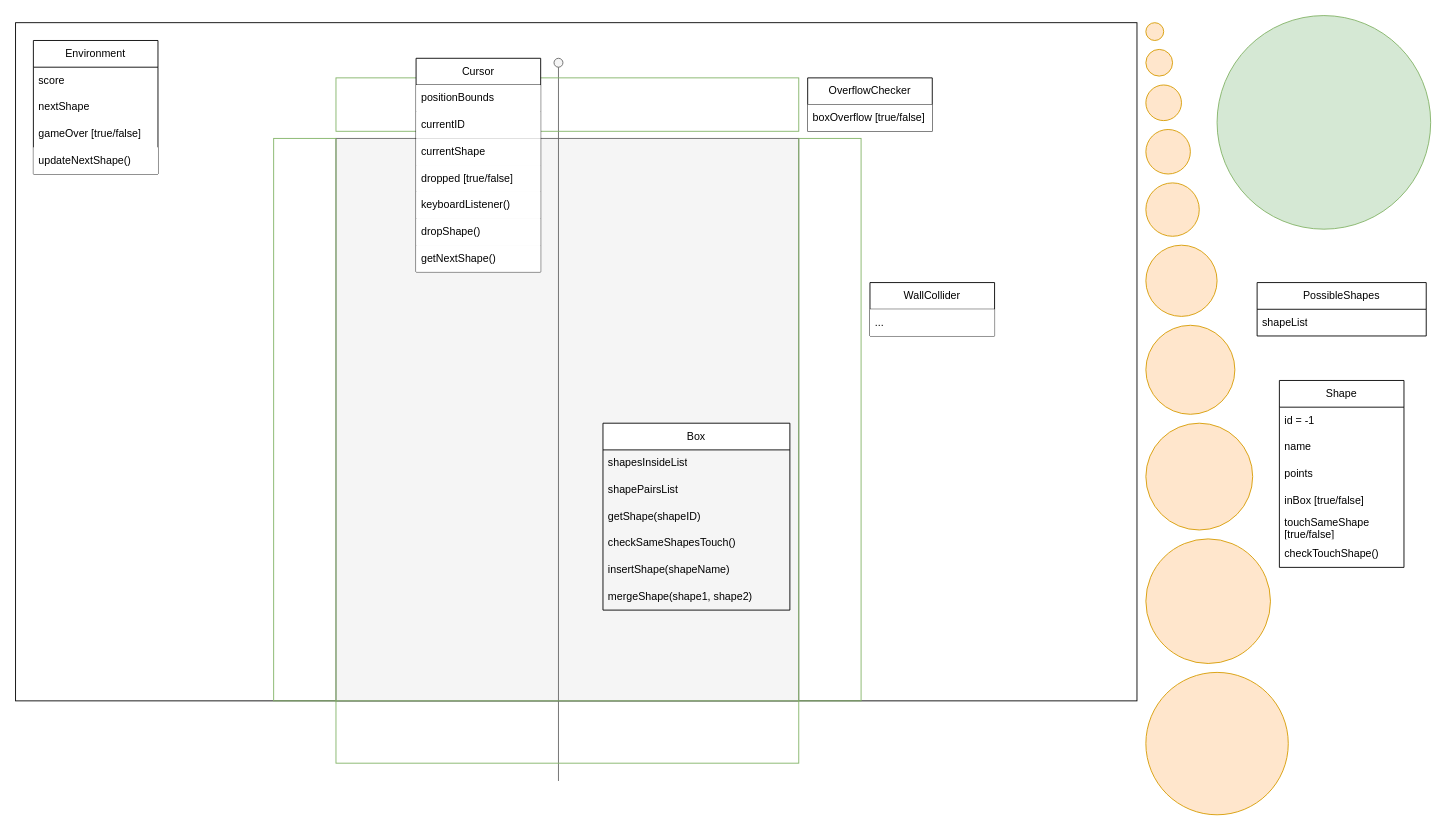
Before: page "classes" (2 of 2) of devlog/schematic.drawio in holistudio/minika, a draw.io diagram. Source tidied: cells renumbered, new cells numbered last; positions are measured from the earlier drawing's top-left corner, leaving out a move shared by most shapes. Both pictures are drawn from the tidied source at 89%, with x=0, y=0 at pixel (15, 15).
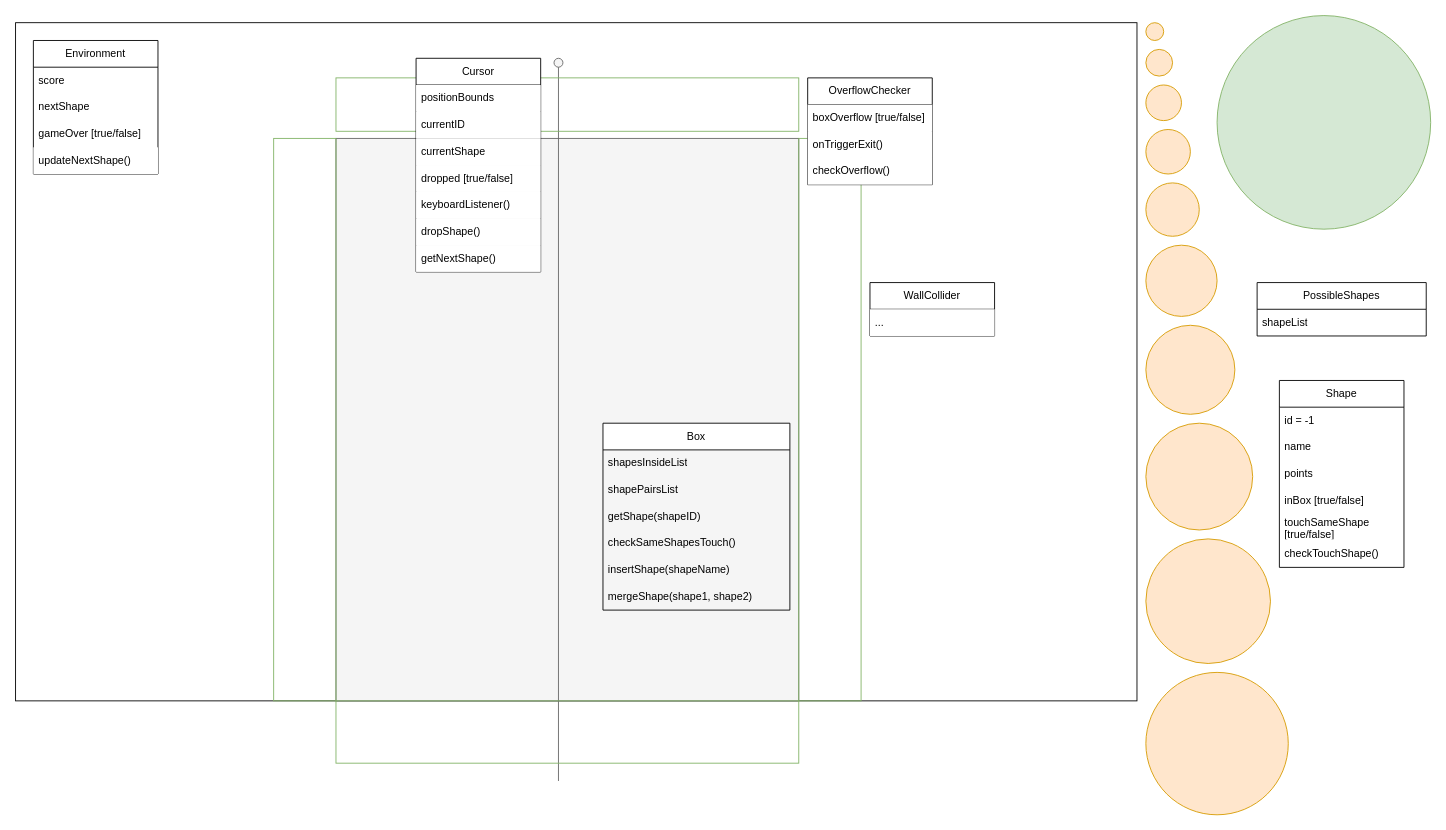
The same page after the edit.

Commit message (it also covers changes not shown here):
Update class definitions

OverflowChecker has onTriggerExit() and checkOverflow() functions

Change to the diagram source:
```diff
@@
     <mxCell id="48" value="OverflowChecker" style="swimlane;fontStyle=0;horizontal=1;startSize=30;whiteSpace=wrap;html=1;labelBackgroundColor=none;" parent="1" vertex="1">
-      <mxGeometry x="890" y="70" width="140" height="60" as="geometry" />
+      <mxGeometry x="890" y="70" width="140" height="120" as="geometry" />
     </mxCell>
@@
+    <mxCell id="54" value="onTriggerExit()" style="text;strokeColor=none;fillColor=default;align=left;verticalAlign=middle;spacingLeft=4;spacingRight=4;overflow=hidden;whiteSpace=wrap;html=1;labelBackgroundColor=none;" parent="48" vertex="1">
+      <mxGeometry y="60" width="140" height="30" as="geometry" />
+    </mxCell>
+    <mxCell id="55" value="checkOverflow()" style="text;strokeColor=none;fillColor=default;align=left;verticalAlign=middle;spacingLeft=4;spacingRight=4;overflow=hidden;whiteSpace=wrap;html=1;labelBackgroundColor=none;" parent="48" vertex="1">
+      <mxGeometry y="90" width="140" height="30" as="geometry" />
+    </mxCell>
```
